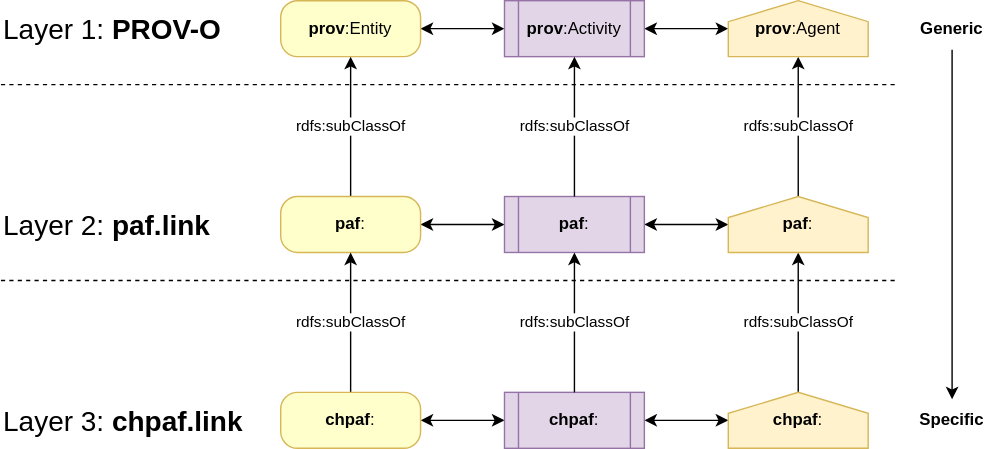
Earlier version of the draw.io export img/layers.svg (swiss/paf-link). Source tidied: cells renumbered, new cells last; positions are measured from the earlier drawing's top-left corner, leaving out a move shared by most shapes.
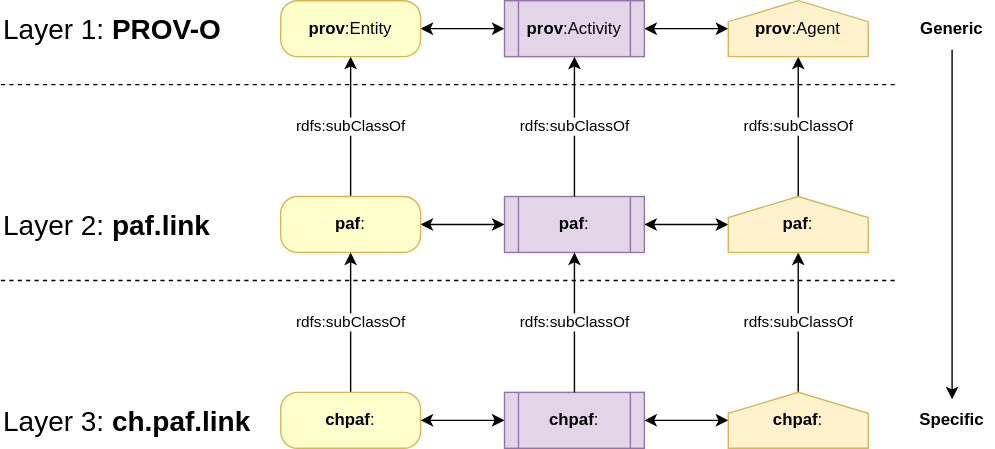
Later version of the same file.

Diff of the diagram source:
```diff
@@ -8,7 +8,7 @@
     <mxCell id="3" value="Layer 2: &lt;b&gt;paf.link&lt;/b&gt;" style="text;strokeColor=none;align=left;fillColor=none;html=1;verticalAlign=middle;whiteSpace=wrap;rounded=0;labelBackgroundColor=none;fontSize=20;fontColor=none;" parent="1" vertex="1">
       <mxGeometry y="140" width="170" height="40" as="geometry" />
     </mxCell>
-    <mxCell id="4" value="Layer 3: &lt;b&gt;chpaf.link&lt;/b&gt;" style="text;strokeColor=none;align=left;fillColor=none;html=1;verticalAlign=middle;whiteSpace=wrap;rounded=0;labelBackgroundColor=none;fontSize=20;fontColor=none;" parent="1" vertex="1">
+    <mxCell id="4" value="Layer 3: &lt;b&gt;ch.paf.link&lt;/b&gt;" style="text;strokeColor=none;align=left;fillColor=none;html=1;verticalAlign=middle;whiteSpace=wrap;rounded=0;labelBackgroundColor=none;fontSize=20;fontColor=none;" parent="1" vertex="1">
       <mxGeometry y="280" width="200" height="40" as="geometry" />
     </mxCell>
     <mxCell id="5" style="endArrow=classic;html=1;entryX=0.5;entryY=0;entryDx=0;entryDy=0;exitX=0.5;exitY=1;exitDx=0;exitDy=0;" parent="1" edge="1" source="7" target="6">
```
